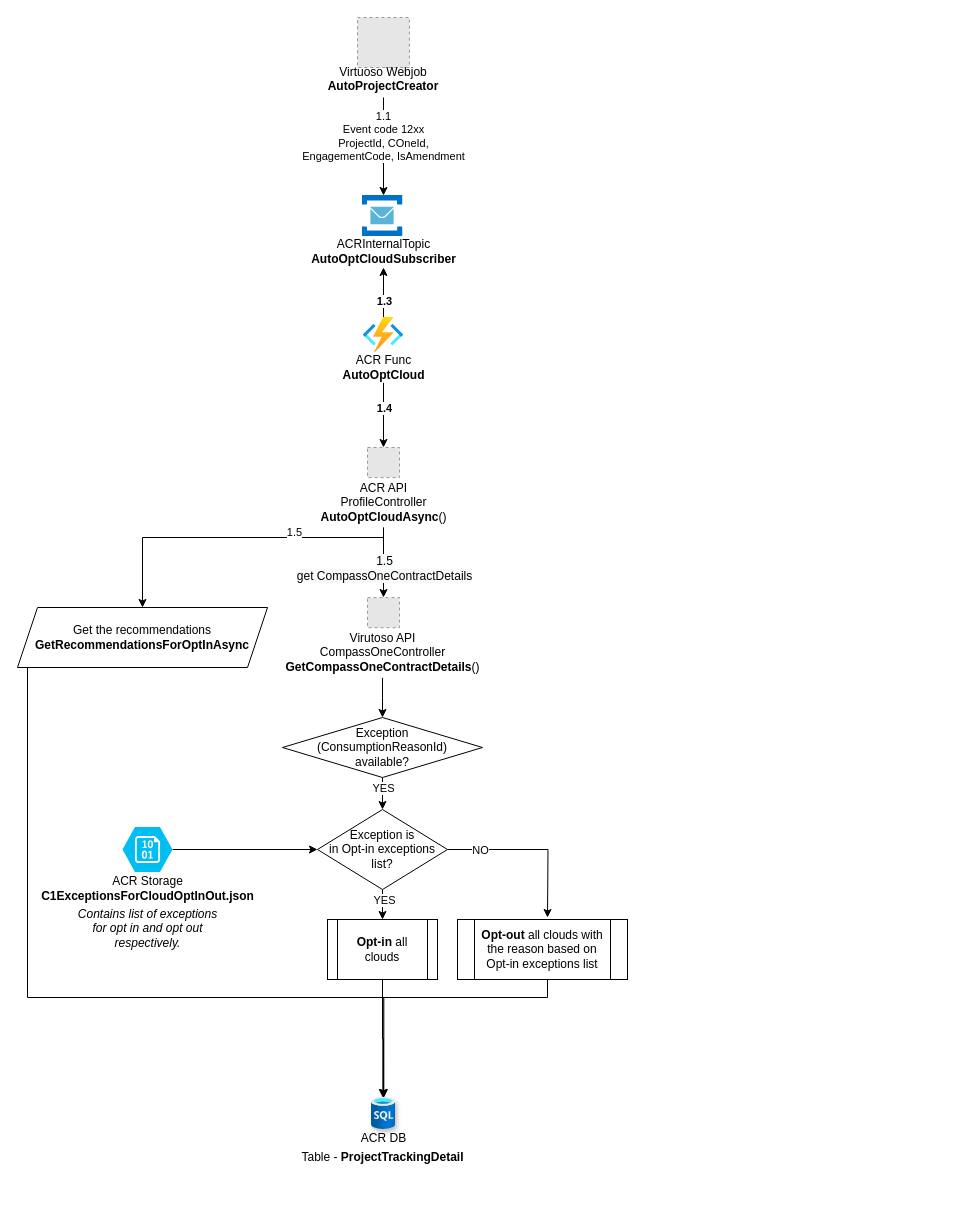
Above: Untitled Diagram.drawio in vivekksc/DesignDiagrams (draw.io), before the change. Source tidied: cells renumbered, new cells numbered last; positions are measured from the earlier drawing's top-left corner, leaving out a move shared by most shapes. Both pictures are drawn from the tidied source at 100%, with x=0, y=0 at pixel (17, 17). Pictures stored in the file or linked from it are replaced by grey dashed boxes.
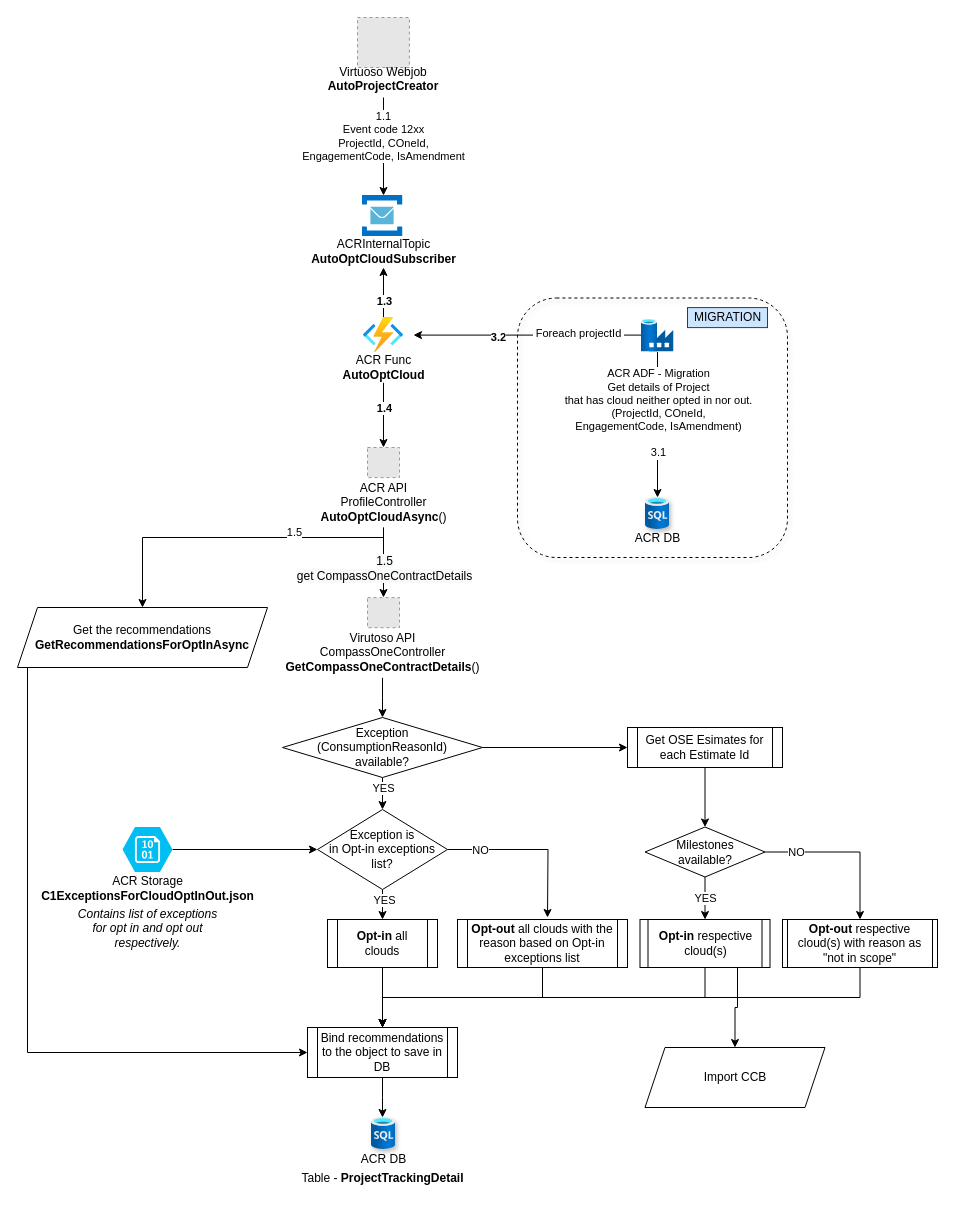
Above is the later version.

Unchanged cells that the change refers to:
```xml
<mxCell id="25" value="Exception&lt;br&gt;(ConsumptionReasonId)&lt;br&gt;available?" style="rhombus;whiteSpace=wrap;html=1;" parent="1" vertex="1">
  <mxGeometry x="265" y="700" width="200" height="60" as="geometry" />
</mxCell>
<mxCell id="29" value="&lt;span&gt;Get the recommendations&lt;/span&gt;&lt;br&gt;&lt;b&gt;GetRecommendationsForOptInAsync&lt;/b&gt;" style="shape=parallelogram;perimeter=parallelogramPerimeter;whiteSpace=wrap;html=1;fixedSize=1;" parent="1" vertex="1">
  <mxGeometry y="590" width="250" height="60" as="geometry" />
</mxCell>
```

Diff of the diagram source:
```diff
@@
+    <mxCell id="44" style="edgeStyle=orthogonalEdgeStyle;rounded=0;jettySize=auto;html=1;" parent="1" edge="1" source="25" target="48">
+      <mxGeometry relative="1" as="geometry" />
+    </mxCell>
@@
-    <mxCell id="26" style="edgeStyle=orthogonalEdgeStyle;rounded=0;jettySize=auto;html=1;exitX=0.5;exitY=1;exitDx=0;exitDy=0;" parent="1" edge="1" source="27" target="30">
-      <mxGeometry relative="1" as="geometry" />
-    </mxCell>
+    <mxCell id="45" style="edgeStyle=orthogonalEdgeStyle;rounded=0;jettySize=auto;html=1;exitX=0.5;exitY=1;exitDx=0;exitDy=0;entryX=0.5;entryY=0;entryDx=0;entryDy=0;" parent="1" edge="1" source="27" target="61">
+      <mxGeometry relative="1" as="geometry" />
+    </mxCell>
     <mxCell id="27" value="&lt;b&gt;Opt-in&lt;/b&gt; all clouds" style="shape=process;whiteSpace=wrap;html=1;backgroundOutline=1;size=0.09090909090909091;" parent="1" vertex="1">
-      <mxGeometry x="310" y="902" width="110" height="60" as="geometry" />
+      <mxGeometry x="310" y="902" width="110" height="48" as="geometry" />
     </mxCell>
-    <mxCell id="28" style="edgeStyle=orthogonalEdgeStyle;rounded=0;jettySize=auto;html=1;entryX=0.514;entryY=0.008;entryDx=0;entryDy=0;entryPerimeter=0;" parent="1" edge="1" source="29" target="30">
+    <mxCell id="28" style="edgeStyle=orthogonalEdgeStyle;rounded=0;jettySize=auto;html=1;entryX=0;entryY=0.5;entryDx=0;entryDy=0;" parent="1" edge="1" source="29" target="61">
       <mxGeometry relative="1" as="geometry">
         <Array as="points">
-          <mxPoint x="10" y="980" />
-          <mxPoint x="367" y="980" />
+          <mxPoint x="10" y="1035" />
         </Array>
       </mxGeometry>
     </mxCell>
@@
     <mxCell id="30" style="html=1;points=[];align=center;image;fontSize=12;image=img/lib/azure2/databases/SQL_Database.svg;shadow=1;" parent="1" vertex="1">
-      <mxGeometry x="354" y="1080" width="24" height="32" as="geometry" />
+      <mxGeometry x="354" y="1100" width="24" height="32" as="geometry" />
     </mxCell>
     <mxCell id="31" value="ACR DB" style="text;html=1;align=center;verticalAlign=middle;strokeColor=none;" parent="1" vertex="1">
-      <mxGeometry x="336" y="1111" width="60" height="20" as="geometry" />
+      <mxGeometry x="336" y="1132" width="60" height="20" as="geometry" />
     </mxCell>
     <mxCell id="32" value="Table - &lt;b&gt;ProjectTrackingDetail&lt;/b&gt;" style="text;html=1;align=center;verticalAlign=middle;strokeColor=none;" parent="1" vertex="1">
-      <mxGeometry x="275" y="1130" width="180" height="20" as="geometry" />
+      <mxGeometry x="275" y="1151" width="180" height="20" as="geometry" />
     </mxCell>
@@
-    <mxCell id="41" style="edgeStyle=orthogonalEdgeStyle;rounded=0;jettySize=auto;html=1;entryX=0.472;entryY=0.005;entryDx=0;entryDy=0;entryPerimeter=0;" parent="1" edge="1" source="42" target="30">
-      <mxGeometry relative="1" as="geometry">
-        <Array as="points">
-          <mxPoint x="530" y="980" />
-          <mxPoint x="366" y="980" />
-        </Array>
-      </mxGeometry>
-    </mxCell>
+    <mxCell id="46" style="edgeStyle=orthogonalEdgeStyle;rounded=0;jettySize=auto;html=1;entryX=0.5;entryY=0;entryDx=0;entryDy=0;" parent="1" edge="1" source="42" target="61">
+      <mxGeometry relative="1" as="geometry" />
+    </mxCell>
-    <mxCell id="42" value="&lt;b&gt;Opt-out&lt;/b&gt;&amp;nbsp;all clouds with the reason based on Opt-in exceptions list" style="shape=process;whiteSpace=wrap;html=1;backgroundOutline=1;" parent="1" vertex="1">
-      <mxGeometry x="440" y="902" width="170" height="60" as="geometry" />
+    <mxCell id="42" value="&lt;b&gt;Opt-out&lt;/b&gt;&amp;nbsp;all clouds with the reason based on Opt-in exceptions list" style="shape=process;whiteSpace=wrap;html=1;backgroundOutline=1;size=0.058823529411764705;" parent="1" vertex="1">
+      <mxGeometry x="440" y="902" width="170" height="48" as="geometry" />
     </mxCell>
@@
+    <mxCell id="47" style="edgeStyle=orthogonalEdgeStyle;rounded=0;jettySize=auto;html=1;" parent="1" edge="1" source="48" target="53">
+      <mxGeometry relative="1" as="geometry" />
+    </mxCell>
+    <mxCell id="48" value="Get OSE Esimates for each Estimate Id" style="shape=process;whiteSpace=wrap;html=1;backgroundOutline=1;size=0.06451612903225806;" parent="1" vertex="1">
+      <mxGeometry x="610" y="710" width="155" height="40" as="geometry" />
+    </mxCell>
+    <mxCell id="49" style="edgeStyle=orthogonalEdgeStyle;rounded=0;jettySize=auto;html=1;" parent="1" edge="1" source="53" target="56">
+      <mxGeometry relative="1" as="geometry" />
+    </mxCell>
+    <mxCell id="50" value="YES" style="edgeLabel;html=1;align=center;verticalAlign=middle;" parent="49" vertex="1">
+      <mxGeometry x="-0.67" y="1" relative="1" as="geometry">
+        <mxPoint x="-1" y="14" as="offset" />
+      </mxGeometry>
+    </mxCell>
+    <mxCell id="51" style="edgeStyle=orthogonalEdgeStyle;rounded=0;jettySize=auto;html=1;" parent="1" edge="1" source="53" target="58">
+      <mxGeometry relative="1" as="geometry" />
+    </mxCell>
+    <mxCell id="52" value="NO" style="edgeLabel;html=1;align=center;verticalAlign=middle;" parent="51" vertex="1">
+      <mxGeometry x="-0.62" relative="1" as="geometry" />
+    </mxCell>
+    <mxCell id="53" value="Milestones&lt;br&gt;available?" style="rhombus;whiteSpace=wrap;html=1;" parent="1" vertex="1">
+      <mxGeometry x="627.5" y="809.5" width="120" height="50" as="geometry" />
+    </mxCell>
+    <mxCell id="54" style="edgeStyle=orthogonalEdgeStyle;rounded=0;jettySize=auto;html=1;entryX=0.5;entryY=0;entryDx=0;entryDy=0;" parent="1" edge="1" source="56" target="61">
+      <mxGeometry relative="1" as="geometry">
+        <Array as="points">
+          <mxPoint x="688" y="980" />
+          <mxPoint x="365" y="980" />
+        </Array>
+      </mxGeometry>
+    </mxCell>
+    <mxCell id="55" style="edgeStyle=orthogonalEdgeStyle;rounded=0;jettySize=auto;html=1;exitX=0.75;exitY=1;exitDx=0;exitDy=0;entryX=0.5;entryY=0;entryDx=0;entryDy=0;" parent="1" edge="1" source="56" target="59">
+      <mxGeometry relative="1" as="geometry" />
+    </mxCell>
+    <mxCell id="56" value="&lt;b&gt;Opt-in&lt;/b&gt; respective cloud(s)" style="shape=process;whiteSpace=wrap;html=1;backgroundOutline=1;size=0.057692307692307696;" parent="1" vertex="1">
+      <mxGeometry x="622.5" y="902" width="130" height="48" as="geometry" />
+    </mxCell>
+    <mxCell id="57" style="edgeStyle=orthogonalEdgeStyle;rounded=0;jettySize=auto;html=1;entryX=0.5;entryY=0;entryDx=0;entryDy=0;" parent="1" edge="1" source="58" target="61">
+      <mxGeometry relative="1" as="geometry">
+        <Array as="points">
+          <mxPoint x="843" y="980" />
+          <mxPoint x="365" y="980" />
+        </Array>
+      </mxGeometry>
+    </mxCell>
+    <mxCell id="58" value="&lt;b&gt;Opt-out&lt;/b&gt;&lt;span&gt;&amp;nbsp;respective cloud(s) with reason as &quot;not in scope&quot;&lt;/span&gt;" style="shape=process;whiteSpace=wrap;html=1;backgroundOutline=1;size=0.03225806451612903;" parent="1" vertex="1">
+      <mxGeometry x="765" y="902" width="155" height="48" as="geometry" />
+    </mxCell>
+    <mxCell id="59" value="Import CCB" style="shape=parallelogram;perimeter=parallelogramPerimeter;whiteSpace=wrap;html=1;fixedSize=1;" parent="1" vertex="1">
+      <mxGeometry x="627.5" y="1030" width="180" height="60" as="geometry" />
+    </mxCell>
+    <mxCell id="60" style="edgeStyle=orthogonalEdgeStyle;rounded=0;jettySize=auto;html=1;" parent="1" edge="1" source="61">
+      <mxGeometry relative="1" as="geometry">
+        <mxPoint x="365" y="1100" as="targetPoint" />
+      </mxGeometry>
+    </mxCell>
+    <mxCell id="61" value="Bind recommendations to the object to save in DB" style="shape=process;whiteSpace=wrap;html=1;backgroundOutline=1;size=0.06666666666666667;" parent="1" vertex="1">
+      <mxGeometry x="290" y="1010" width="150" height="50" as="geometry" />
+    </mxCell>
+    <mxCell id="62" style="rounded=1;whiteSpace=wrap;html=1;shadow=1;dashed=1;fillColor=none;" parent="1" vertex="1">
+      <mxGeometry x="500" y="280.5" width="270" height="259.5" as="geometry" />
+    </mxCell>
+    <mxCell id="63" style="edgeStyle=orthogonalEdgeStyle;rounded=0;jettySize=auto;html=1;" parent="1" edge="1" source="68" target="69">
+      <mxGeometry relative="1" as="geometry" />
+    </mxCell>
+    <mxCell id="64" value="ACR ADF - Migration&lt;br&gt;Get details of Project &lt;br&gt;that has cloud neither opted in nor out.&lt;br&gt;(ProjectId, COneId,&lt;br&gt;EngagementCode, IsAmendment)&lt;br&gt;&lt;br&gt;3.1" style="edgeLabel;html=1;align=center;verticalAlign=middle;" parent="63" vertex="1">
+      <mxGeometry x="-0.28" y="2" relative="1" as="geometry">
+        <mxPoint x="-2" y="9" as="offset" />
+      </mxGeometry>
+    </mxCell>
+    <mxCell id="65" style="edgeStyle=orthogonalEdgeStyle;rounded=0;jettySize=auto;html=1;" parent="1" edge="1" source="68">
+      <mxGeometry relative="1" as="geometry">
+        <mxPoint x="396" y="317.6" as="targetPoint" />
+      </mxGeometry>
+    </mxCell>
+    <mxCell id="66" value="&amp;nbsp;Foreach projectId&amp;nbsp;" style="edgeLabel;html=1;align=center;verticalAlign=middle;" parent="65" vertex="1">
+      <mxGeometry x="-0.25" y="-2" relative="1" as="geometry">
+        <mxPoint x="22" as="offset" />
+      </mxGeometry>
+    </mxCell>
+    <mxCell id="67" value="3.2" style="edgeLabel;html=1;align=center;verticalAlign=middle;fontStyle=1;" parent="65" vertex="1">
+      <mxGeometry x="0.64" relative="1" as="geometry">
+        <mxPoint x="44" y="2" as="offset" />
+      </mxGeometry>
+    </mxCell>
+    <mxCell id="68" style="html=1;points=[];align=center;image;fontSize=12;image=img/lib/azure2/databases/Data_Factory.svg;" parent="1" vertex="1">
+      <mxGeometry x="623.5" y="301.6" width="33" height="33" as="geometry" />
+    </mxCell>
+    <mxCell id="69" style="html=1;points=[];align=center;image;fontSize=12;image=img/lib/azure2/databases/SQL_Database.svg;shadow=1;" parent="1" vertex="1">
+      <mxGeometry x="628" y="480" width="24" height="32" as="geometry" />
+    </mxCell>
+    <mxCell id="70" value="ACR DB" style="text;html=1;align=center;verticalAlign=middle;strokeColor=none;" parent="1" vertex="1">
+      <mxGeometry x="610" y="511" width="60" height="20" as="geometry" />
+    </mxCell>
+    <mxCell id="71" value="MIGRATION" style="text;html=1;align=center;verticalAlign=middle;strokeColor=#36393d;fillColor=#cce5ff;" parent="1" vertex="1">
+      <mxGeometry x="670" y="290.1" width="80" height="20" as="geometry" />
+    </mxCell>
```
